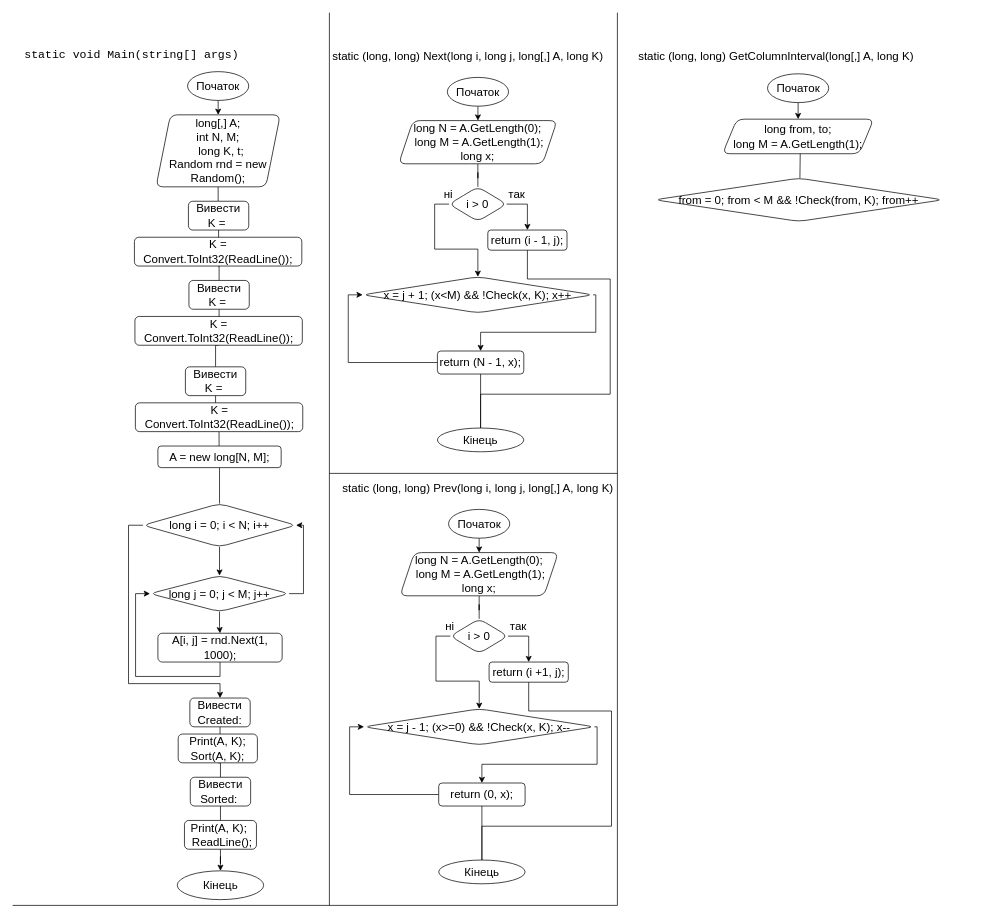
Earlier version of the draw.io diagram laba_3/laba3.drawio (IKatiaI/ads-nahorna-kp13). Source tidied: cells renumbered, new cells numbered last; positions are measured from the earlier drawing's top-left corner, leaving out a move shared by most shapes. Both pictures are drawn from the tidied source at 72%, with x=0, y=0 at pixel (12, 12).
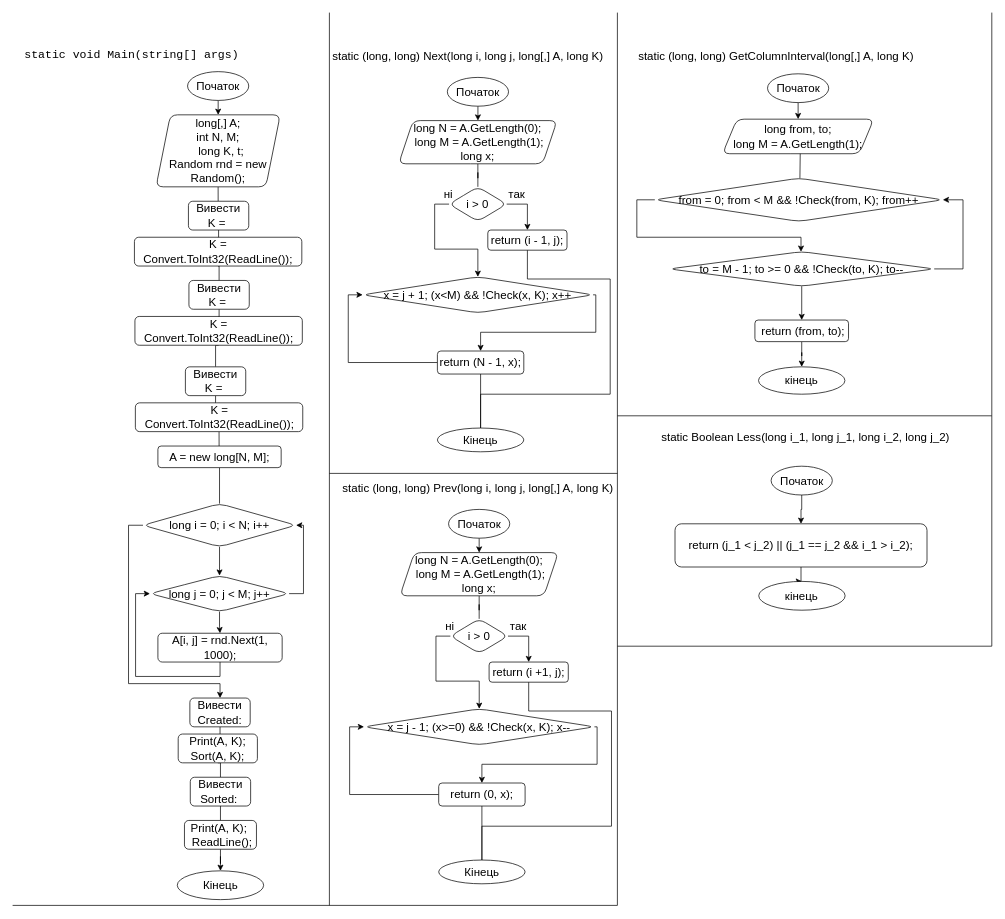
Above is the later version.

The change refers to these unchanged cells:
```xml
<mxCell id="83" value="from = 0; from &amp;lt; M &amp;amp;&amp;amp; !Check(from, K); from++" style="rhombus;whiteSpace=wrap;html=1;rounded=1;fontSize=16;strokeWidth=1;" parent="1" vertex="1">
  <mxGeometry x="892" y="230" width="400" height="60" as="geometry" />
</mxCell>
```

What changed in the source:
```diff
@@
+    <mxCell id="84" style="edgeStyle=orthogonalEdgeStyle;rounded=0;jettySize=auto;html=1;exitX=0;exitY=0.5;exitDx=0;exitDy=0;fontSize=16;endArrow=classic;endFill=1;" parent="1" edge="1" source="83" target="87">
+      <mxGeometry relative="1" as="geometry">
+        <Array as="points">
+          <mxPoint x="867" y="260" />
+          <mxPoint x="867" y="312" />
+          <mxPoint x="1095" y="312" />
+        </Array>
+      </mxGeometry>
+    </mxCell>
@@
+    <mxCell id="85" style="edgeStyle=orthogonalEdgeStyle;rounded=0;jettySize=auto;html=1;exitX=0.5;exitY=1;exitDx=0;exitDy=0;entryX=0.5;entryY=0;entryDx=0;entryDy=0;fontSize=16;endArrow=classic;endFill=1;" parent="1" edge="1" source="87" target="89">
+      <mxGeometry relative="1" as="geometry" />
+    </mxCell>
+    <mxCell id="86" style="edgeStyle=orthogonalEdgeStyle;rounded=0;jettySize=auto;html=1;exitX=1;exitY=0.5;exitDx=0;exitDy=0;entryX=1;entryY=0.5;entryDx=0;entryDy=0;fontSize=16;endArrow=classic;endFill=1;" parent="1" edge="1" source="87" target="83">
+      <mxGeometry relative="1" as="geometry">
+        <Array as="points">
+          <mxPoint x="1320" y="356" />
+          <mxPoint x="1320" y="260" />
+        </Array>
+      </mxGeometry>
+    </mxCell>
+    <mxCell id="87" value="to = M - 1; to &amp;gt;= 0 &amp;amp;&amp;amp; !Check(to, K); to--" style="rhombus;whiteSpace=wrap;html=1;rounded=1;fontSize=16;strokeWidth=1;" parent="1" vertex="1">
+      <mxGeometry x="912" y="332" width="368" height="48" as="geometry" />
+    </mxCell>
+    <mxCell id="88" style="edgeStyle=orthogonalEdgeStyle;rounded=0;jettySize=auto;html=1;fontSize=16;endArrow=classic;endFill=1;" parent="1" edge="1" source="89" target="90">
+      <mxGeometry relative="1" as="geometry" />
+    </mxCell>
+    <mxCell id="89" value="&amp;nbsp;return (from, to);" style="rounded=1;whiteSpace=wrap;html=1;fontSize=16;strokeWidth=1;" parent="1" vertex="1">
+      <mxGeometry x="1031" y="427" width="130" height="30" as="geometry" />
+    </mxCell>
+    <mxCell id="90" value="кінець" style="ellipse;whiteSpace=wrap;html=1;rounded=1;fontSize=16;strokeWidth=1;" parent="1" vertex="1">
+      <mxGeometry x="1036" y="492" width="120" height="38" as="geometry" />
+    </mxCell>
+    <mxCell id="91" style="endArrow=none;html=1;rounded=0;fontSize=16;" parent="1" edge="1">
+      <mxGeometry relative="1" as="geometry">
+        <mxPoint x="1360" y="560" as="sourcePoint" />
+        <mxPoint x="1360" as="targetPoint" />
+      </mxGeometry>
+    </mxCell>
+    <mxCell id="92" style="endArrow=none;html=1;rounded=0;fontSize=16;" parent="1" edge="1">
+      <mxGeometry relative="1" as="geometry">
+        <mxPoint x="840" y="560" as="sourcePoint" />
+        <mxPoint x="1360" y="560" as="targetPoint" />
+      </mxGeometry>
+    </mxCell>
+    <mxCell id="93" value="static Boolean Less(long i_1, long j_1, long i_2, long j_2)" style="text;html=1;align=center;verticalAlign=middle;strokeColor=none;fillColor=none;fontSize=16;" parent="1" vertex="1">
+      <mxGeometry x="891" y="580" width="420" height="20" as="geometry" />
+    </mxCell>
+    <mxCell id="94" style="edgeStyle=orthogonalEdgeStyle;rounded=0;jettySize=auto;html=1;exitX=0.5;exitY=1;exitDx=0;exitDy=0;fontSize=16;endArrow=classic;endFill=1;" parent="1" edge="1" source="95" target="97">
+      <mxGeometry relative="1" as="geometry" />
+    </mxCell>
+    <mxCell id="95" value="Початок" style="ellipse;whiteSpace=wrap;html=1;fontSize=16;strokeWidth=1;" parent="1" vertex="1">
+      <mxGeometry x="1053.5" y="630" width="85" height="40" as="geometry" />
+    </mxCell>
+    <mxCell id="96" style="edgeStyle=orthogonalEdgeStyle;rounded=0;jettySize=auto;html=1;exitX=0.5;exitY=1;exitDx=0;exitDy=0;fontSize=16;endArrow=classic;endFill=1;" parent="1" edge="1" source="97" target="98">
+      <mxGeometry relative="1" as="geometry" />
+    </mxCell>
+    <mxCell id="97" value="return (j_1 &amp;lt; j_2) || (j_1 == j_2 &amp;amp;&amp;amp; i_1 &amp;gt; i_2);" style="rounded=1;whiteSpace=wrap;html=1;fontSize=16;strokeWidth=1;" parent="1" vertex="1">
+      <mxGeometry x="920" y="710" width="350" height="60" as="geometry" />
+    </mxCell>
+    <mxCell id="98" value="кінець" style="ellipse;whiteSpace=wrap;html=1;rounded=1;fontSize=16;strokeWidth=1;" parent="1" vertex="1">
+      <mxGeometry x="1036.3" y="790" width="120" height="40" as="geometry" />
+    </mxCell>
+    <mxCell id="99" style="endArrow=none;html=1;rounded=0;fontSize=16;" parent="1" edge="1">
+      <mxGeometry relative="1" as="geometry">
+        <mxPoint x="1360" y="880" as="sourcePoint" />
+        <mxPoint x="1360" y="560" as="targetPoint" />
+      </mxGeometry>
+    </mxCell>
+    <mxCell id="100" style="endArrow=none;html=1;rounded=0;fontSize=16;" parent="1" edge="1">
+      <mxGeometry relative="1" as="geometry">
+        <mxPoint x="840" y="880" as="sourcePoint" />
+        <mxPoint x="1360" y="880" as="targetPoint" />
+      </mxGeometry>
+    </mxCell>
```
